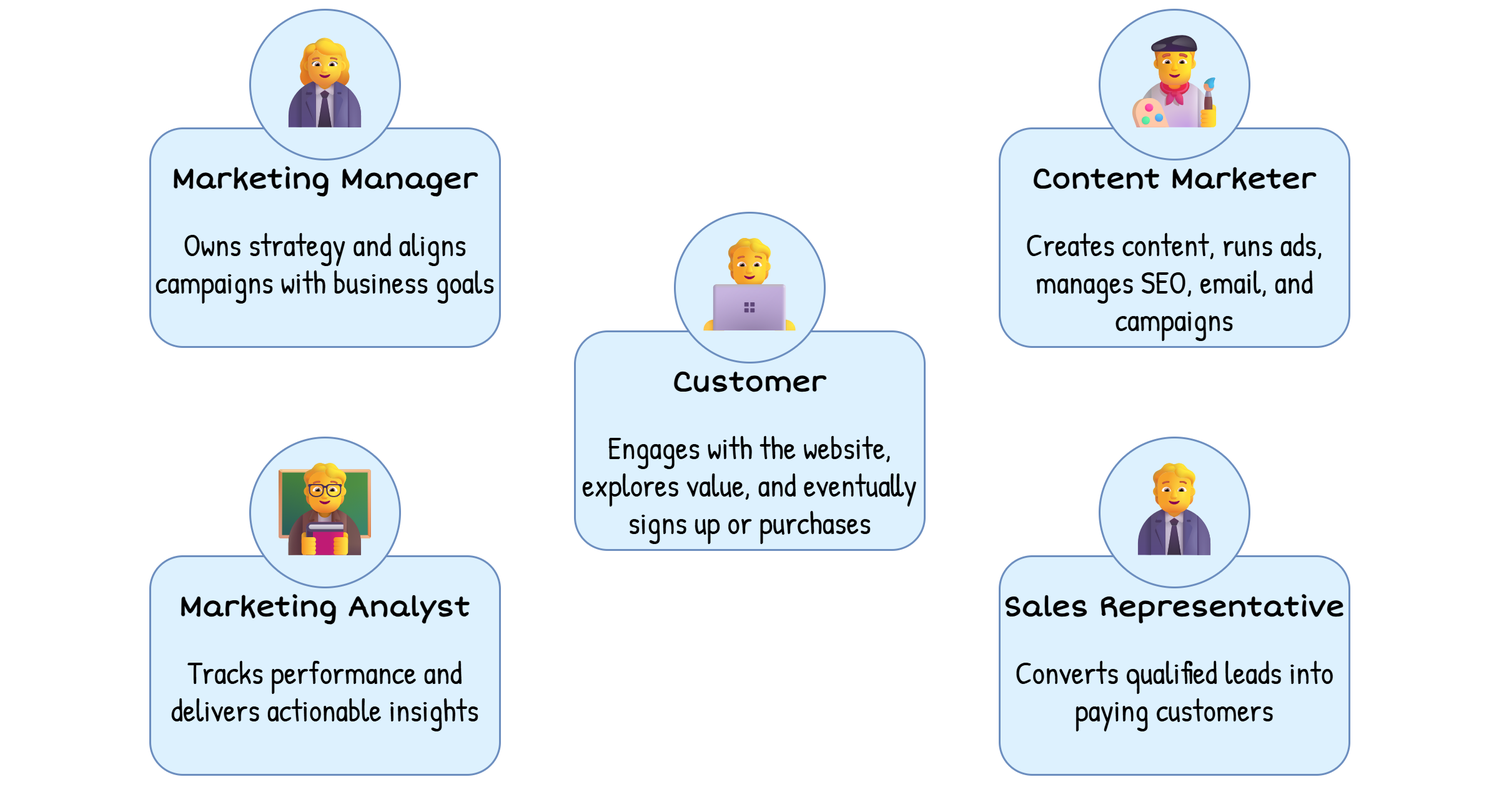
software-architecture-guild/modeling-software-architecture keeps this draw.io diagram as chapter-05/figure-5.03.drawio.png. Above is the earlier version. Source tidied: cells renumbered, new cells last; positions are measured from the earlier drawing's top-left corner, leaving out a move shared by most shapes. Its diagram source:
```xml
<mxGraphModel background="#ffffff">
  <root>
    <mxCell id="0" />
    <mxCell id="1" parent="0" />
    <mxCell id="2" style="rounded=0;whiteSpace=wrap;html=1;strokeColor=none;strokeWidth=3;fontStyle=1;fillColor=default;fontColor=#494949;" parent="1" vertex="1">
      <mxGeometry width="2400" height="1260" as="geometry" />
    </mxCell>
    <mxCell id="3" value="&lt;div&gt;&lt;br&gt;&lt;/div&gt;&lt;div&gt;&lt;font style=&quot;font-size: 45px;&quot; color=&quot;#000000&quot;&gt;&lt;b style=&quot;&quot;&gt;Customer&lt;/b&gt;&lt;/font&gt;&lt;/div&gt;&lt;div&gt;&lt;br&gt;&lt;/div&gt;&lt;div&gt;&lt;font style=&quot;font-size: 50px;&quot; face=&quot;Patrick Hand&quot;&gt;Engages with the website, explores value, and eventually signs up or purchases&lt;/font&gt;&lt;/div&gt;" style="rounded=1;whiteSpace=wrap;html=1;strokeWidth=3;fontFamily=Short Stack;fontSource=https%3A%2F%2Ffonts.googleapis.com%2Fcss%3Ffamily%3DShort%2BStack;fontSize=40;strokeColor=#6c8ebf;fillColor=#DDF1FE;verticalAlign=top;" parent="1" vertex="1">
      <mxGeometry x="920" y="530" width="560" height="350" as="geometry" />
    </mxCell>
    <mxCell id="4" value="&lt;font style=&quot;font-size: 150px;&quot;&gt;🧑‍💻&lt;/font&gt;" style="ellipse;whiteSpace=wrap;html=1;rounded=1;strokeColor=#6c8ebf;strokeWidth=3;align=center;verticalAlign=middle;fontFamily=Short Stack;fontSource=https%3A%2F%2Ffonts.googleapis.com%2Fcss%3Ffamily%3DShort%2BStack;fontSize=40;fontColor=default;fillColor=#DDF1FE;" parent="1" vertex="1">
      <mxGeometry x="1080" y="340" width="240" height="240" as="geometry" />
    </mxCell>
    <mxCell id="5" style="group;" parent="1" vertex="1">
      <mxGeometry x="240" y="15" width="560" height="540" as="geometry" />
    </mxCell>
    <mxCell id="6" value="&lt;div&gt;&lt;br&gt;&lt;/div&gt;&lt;div&gt;&lt;b&gt;&lt;font style=&quot;font-size: 45px;&quot;&gt;Marketing Manager&lt;/font&gt;&lt;/b&gt;&lt;/div&gt;&lt;div&gt;&lt;b&gt;&lt;br&gt;&lt;/b&gt;&lt;/div&gt;&lt;div&gt;&lt;font style=&quot;font-size: 50px;&quot; face=&quot;Patrick Hand&quot;&gt;Owns strategy and aligns campaigns with business goals&lt;/font&gt;&lt;/div&gt;" style="rounded=1;whiteSpace=wrap;html=1;strokeWidth=3;fontFamily=Short Stack;fontSource=https%3A%2F%2Ffonts.googleapis.com%2Fcss%3Ffamily%3DShort%2BStack;fontSize=40;strokeColor=#6c8ebf;fillColor=#DDF1FE;verticalAlign=top;" parent="5" vertex="1">
      <mxGeometry y="190" width="560" height="350" as="geometry" />
    </mxCell>
    <mxCell id="7" value="&lt;font style=&quot;font-size: 150px;&quot;&gt;👩‍💼&lt;/font&gt;" style="ellipse;whiteSpace=wrap;html=1;rounded=1;strokeColor=#6c8ebf;strokeWidth=3;align=center;verticalAlign=middle;fontFamily=Short Stack;fontSource=https%3A%2F%2Ffonts.googleapis.com%2Fcss%3Ffamily%3DShort%2BStack;fontSize=40;fontColor=default;fillColor=#DDF1FE;" parent="5" vertex="1">
      <mxGeometry x="160" width="240" height="240" as="geometry" />
    </mxCell>
    <mxCell id="8" style="group;" parent="1" vertex="1">
      <mxGeometry x="1600" y="15" width="560" height="540" as="geometry" />
    </mxCell>
    <mxCell id="9" value="&lt;div&gt;&lt;br&gt;&lt;/div&gt;&lt;div&gt;&lt;b&gt;&lt;font style=&quot;font-size: 45px;&quot;&gt;Content Marketer&lt;/font&gt;&lt;/b&gt;&lt;/div&gt;&lt;div&gt;&lt;br&gt;&lt;/div&gt;&lt;div&gt;&lt;font style=&quot;font-size: 50px;&quot; face=&quot;Patrick Hand&quot;&gt;Creates content, runs ads, manages SEO, email, and campaigns&lt;/font&gt;&lt;/div&gt;" style="rounded=1;whiteSpace=wrap;html=1;strokeWidth=3;fontFamily=Short Stack;fontSource=https%3A%2F%2Ffonts.googleapis.com%2Fcss%3Ffamily%3DShort%2BStack;fontSize=40;strokeColor=#6c8ebf;fillColor=#DDF1FE;verticalAlign=top;" parent="8" vertex="1">
      <mxGeometry y="190" width="560" height="350" as="geometry" />
    </mxCell>
    <mxCell id="10" value="&lt;font style=&quot;font-size: 150px;&quot;&gt;👨‍🎨&lt;/font&gt;" style="ellipse;whiteSpace=wrap;html=1;rounded=1;strokeColor=#6c8ebf;strokeWidth=3;align=center;verticalAlign=middle;fontFamily=Short Stack;fontSource=https%3A%2F%2Ffonts.googleapis.com%2Fcss%3Ffamily%3DShort%2BStack;fontSize=40;fontColor=default;fillColor=#DDF1FE;" parent="8" vertex="1">
      <mxGeometry x="160" width="240" height="240" as="geometry" />
    </mxCell>
    <mxCell id="11" style="group;" parent="1" vertex="1">
      <mxGeometry x="1600" y="700" width="560" height="540" as="geometry" />
    </mxCell>
    <mxCell id="12" value="&lt;div&gt;&lt;br&gt;&lt;/div&gt;&lt;div&gt;&lt;b&gt;&lt;font style=&quot;font-size: 45px;&quot;&gt;Sales Representative&lt;/font&gt;&lt;/b&gt;&lt;/div&gt;&lt;div&gt;&lt;br&gt;&lt;/div&gt;&lt;div&gt;&lt;font style=&quot;font-size: 50px;&quot; face=&quot;Patrick Hand&quot;&gt;Converts qualified leads into paying customers&lt;/font&gt;&lt;/div&gt;" style="rounded=1;whiteSpace=wrap;html=1;strokeWidth=3;fontFamily=Short Stack;fontSource=https%3A%2F%2Ffonts.googleapis.com%2Fcss%3Ffamily%3DShort%2BStack;fontSize=40;strokeColor=#6c8ebf;fillColor=#DDF1FE;verticalAlign=top;" parent="11" vertex="1">
      <mxGeometry y="190" width="560" height="350" as="geometry" />
    </mxCell>
    <mxCell id="13" value="&lt;font style=&quot;font-size: 150px;&quot;&gt;🧑‍💼&lt;/font&gt;" style="ellipse;whiteSpace=wrap;html=1;rounded=1;strokeColor=#6c8ebf;strokeWidth=3;align=center;verticalAlign=middle;fontFamily=Short Stack;fontSource=https%3A%2F%2Ffonts.googleapis.com%2Fcss%3Ffamily%3DShort%2BStack;fontSize=40;fontColor=default;fillColor=#DDF1FE;" parent="11" vertex="1">
      <mxGeometry x="160" width="240" height="240" as="geometry" />
    </mxCell>
    <mxCell id="14" style="group;" parent="11" vertex="1">
      <mxGeometry x="-1360" width="560" height="540" as="geometry" />
    </mxCell>
    <mxCell id="15" value="&lt;div&gt;&lt;br&gt;&lt;/div&gt;&lt;div&gt;&lt;b&gt;&lt;font style=&quot;font-size: 45px;&quot;&gt;Marketing Analyst&lt;/font&gt;&lt;/b&gt;&lt;/div&gt;&lt;div&gt;&lt;br&gt;&lt;/div&gt;&lt;div&gt;&lt;font style=&quot;font-size: 50px;&quot; face=&quot;Patrick Hand&quot;&gt;Tracks performance and delivers actionable insights&lt;/font&gt;&lt;/div&gt;" style="rounded=1;whiteSpace=wrap;html=1;strokeWidth=3;fontFamily=Short Stack;fontSource=https%3A%2F%2Ffonts.googleapis.com%2Fcss%3Ffamily%3DShort%2BStack;fontSize=40;strokeColor=#6c8ebf;fillColor=#DDF1FE;verticalAlign=top;" parent="14" vertex="1">
      <mxGeometry y="190" width="560" height="350" as="geometry" />
    </mxCell>
    <mxCell id="16" value="&lt;font style=&quot;font-size: 150px;&quot;&gt;🧑‍🏫&lt;/font&gt;" style="ellipse;whiteSpace=wrap;html=1;rounded=1;strokeColor=#6c8ebf;strokeWidth=3;align=center;verticalAlign=middle;fontFamily=Short Stack;fontSource=https%3A%2F%2Ffonts.googleapis.com%2Fcss%3Ffamily%3DShort%2BStack;fontSize=40;fontColor=default;fillColor=#DDF1FE;" parent="14" vertex="1">
      <mxGeometry x="160" width="240" height="240" as="geometry" />
    </mxCell>
  </root>
</mxGraphModel>
```
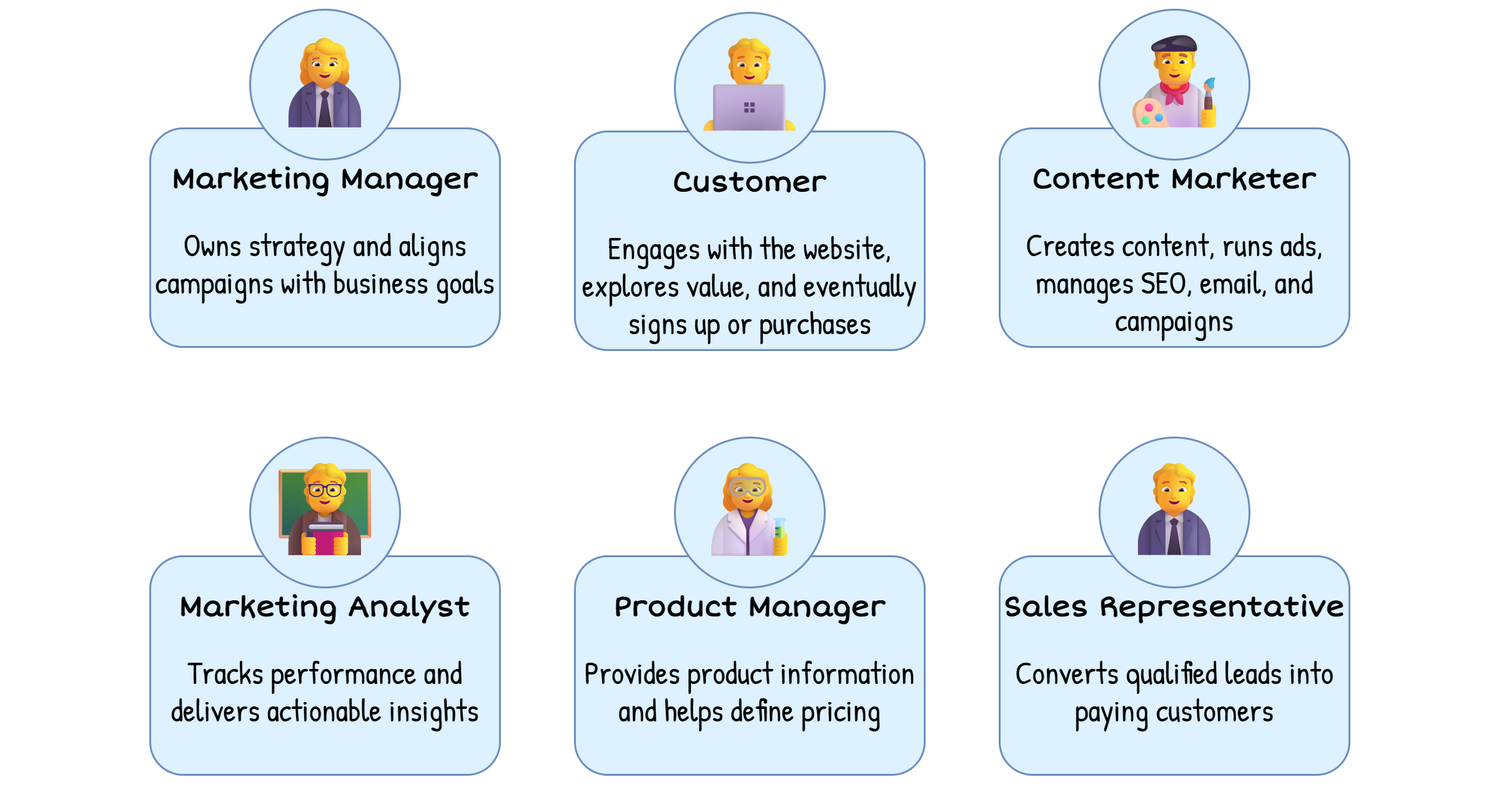
After the change.

Change to the diagram source:
```diff
@@ -6,10 +6,10 @@
       <mxGeometry width="2400" height="1260" as="geometry" />
     </mxCell>
     <mxCell id="3" value="&lt;div&gt;&lt;br&gt;&lt;/div&gt;&lt;div&gt;&lt;font style=&quot;font-size: 45px;&quot; color=&quot;#000000&quot;&gt;&lt;b style=&quot;&quot;&gt;Customer&lt;/b&gt;&lt;/font&gt;&lt;/div&gt;&lt;div&gt;&lt;br&gt;&lt;/div&gt;&lt;div&gt;&lt;font style=&quot;font-size: 50px;&quot; face=&quot;Patrick Hand&quot;&gt;Engages with the website, explores value, and eventually signs up or purchases&lt;/font&gt;&lt;/div&gt;" style="rounded=1;whiteSpace=wrap;html=1;strokeWidth=3;fontFamily=Short Stack;fontSource=https%3A%2F%2Ffonts.googleapis.com%2Fcss%3Ffamily%3DShort%2BStack;fontSize=40;strokeColor=#6c8ebf;fillColor=#DDF1FE;verticalAlign=top;" parent="1" vertex="1">
-      <mxGeometry x="920" y="530" width="560" height="350" as="geometry" />
+      <mxGeometry x="920" y="210" width="560" height="350" as="geometry" />
     </mxCell>
     <mxCell id="4" value="&lt;font style=&quot;font-size: 150px;&quot;&gt;🧑‍💻&lt;/font&gt;" style="ellipse;whiteSpace=wrap;html=1;rounded=1;strokeColor=#6c8ebf;strokeWidth=3;align=center;verticalAlign=middle;fontFamily=Short Stack;fontSource=https%3A%2F%2Ffonts.googleapis.com%2Fcss%3Ffamily%3DShort%2BStack;fontSize=40;fontColor=default;fillColor=#DDF1FE;" parent="1" vertex="1">
-      <mxGeometry x="1080" y="340" width="240" height="240" as="geometry" />
+      <mxGeometry x="1080" y="20" width="240" height="240" as="geometry" />
     </mxCell>
     <mxCell id="5" style="group;" parent="1" vertex="1">
       <mxGeometry x="240" y="15" width="560" height="540" as="geometry" />
@@ -47,5 +47,11 @@
     <mxCell id="16" value="&lt;font style=&quot;font-size: 150px;&quot;&gt;🧑‍🏫&lt;/font&gt;" style="ellipse;whiteSpace=wrap;html=1;rounded=1;strokeColor=#6c8ebf;strokeWidth=3;align=center;verticalAlign=middle;fontFamily=Short Stack;fontSource=https%3A%2F%2Ffonts.googleapis.com%2Fcss%3Ffamily%3DShort%2BStack;fontSize=40;fontColor=default;fillColor=#DDF1FE;" parent="14" vertex="1">
       <mxGeometry x="160" width="240" height="240" as="geometry" />
     </mxCell>
+    <mxCell id="17" value="&lt;div&gt;&lt;br&gt;&lt;/div&gt;&lt;div&gt;&lt;font style=&quot;font-size: 45px;&quot; color=&quot;#000000&quot;&gt;&lt;b style=&quot;&quot;&gt;Product Manager&lt;/b&gt;&lt;/font&gt;&lt;/div&gt;&lt;div&gt;&lt;br&gt;&lt;/div&gt;&lt;div&gt;&lt;font face=&quot;Patrick Hand&quot;&gt;&lt;span style=&quot;font-size: 50px;&quot;&gt;Provides product information and helps define pricing&lt;/span&gt;&lt;/font&gt;&lt;/div&gt;" style="rounded=1;whiteSpace=wrap;html=1;strokeWidth=3;fontFamily=Short Stack;fontSource=https%3A%2F%2Ffonts.googleapis.com%2Fcss%3Ffamily%3DShort%2BStack;fontSize=40;strokeColor=#6c8ebf;fillColor=#DDF1FE;verticalAlign=top;" parent="1" vertex="1">
+      <mxGeometry x="920" y="890" width="560" height="350" as="geometry" />
+    </mxCell>
+    <mxCell id="18" value="&lt;font style=&quot;font-size: 150px;&quot;&gt;👩‍🔬&lt;/font&gt;" style="ellipse;whiteSpace=wrap;html=1;rounded=1;strokeColor=#6c8ebf;strokeWidth=3;align=center;verticalAlign=middle;fontFamily=Short Stack;fontSource=https%3A%2F%2Ffonts.googleapis.com%2Fcss%3Ffamily%3DShort%2BStack;fontSize=40;fontColor=default;fillColor=#DDF1FE;" parent="1" vertex="1">
+      <mxGeometry x="1080" y="700" width="240" height="240" as="geometry" />
+    </mxCell>
   </root>
 </mxGraphModel>
```
